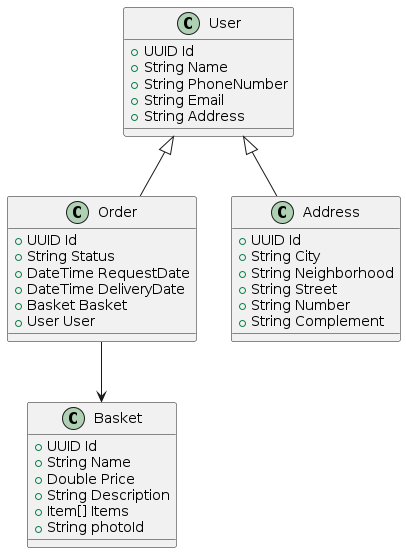
Earlier version of the PlantUML export out/classdiagram/System.png (lilicrst-g/amora_api).
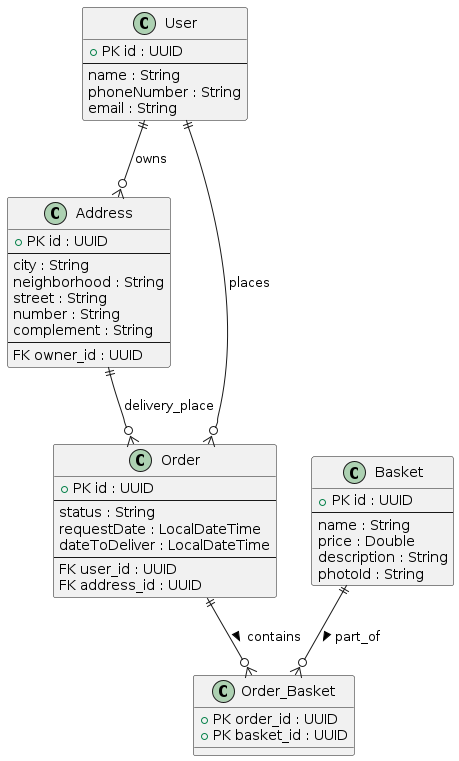
The same file after the commit.

Commit message:
Correção Diagrama UML

What changed in the source:
```diff
@@ -1,43 +1,65 @@
 @startuml System
-    class Basket {
-        +UUID Id
-        +String Name
-        +Double Price
-        +String Description
-        +Item[] Items
-        +String photoId
+!define ER_ENTITY(name) class name
 
-    }
 
-    class Order {
-        +UUID Id
-        +String Status
-        +DateTime RequestDate
-        +DateTime DeliveryDate
-        +Basket Basket
-        +User User
-    }
+ER_ENTITY(User)
+class User {
+    + PK id : UUID
+    --
+    name : String
+    phoneNumber : String
+    email : String
+}
 
-    class User {
-        +UUID Id
-        +String Name
-        +String PhoneNumber
-        +String Email
-        +String Address
-    }
+ER_ENTITY(Address)
+class Address {
+    + PK id : UUID
+    --
+    city : String
+    neighborhood : String
+    street : String
+    number : String
+    complement : String
+    --
+    FK owner_id : UUID
+}
 
-    class Address {
-        +UUID Id
-        +String City
-        +String Neighborhood
-        +String Street
-        +String Number
-        +String Complement
+ER_ENTITY(Order)
+class Order {
+    + PK id : UUID
+    --
+    status : String
+    requestDate : LocalDateTime
+    dateToDeliver : LocalDateTime
+    --
+    FK user_id : UUID
+    FK address_id : UUID
+}
 
-    }
+ER_ENTITY(Basket)
+class Basket {
+    + PK id : UUID
+    --
+    name : String
+    price : Double
+    description : String
+    photoId : String
+}
 
-    User <|-- Address
-    Order --> Basket
-    User <|-- Order
+ER_ENTITY(Order_Basket)
+class Order_Basket {
+    + PK order_id : UUID
+    + PK basket_id : UUID
+}
+
+
+
+User ||--o{ Address : owns
+User ||--o{ Order : places
+
+Address ||--o{ Order : delivery_place
+
+Order ||--o{ Order_Basket : contains >
+Basket ||--o{ Order_Basket : part_of >
 
 @enduml
```
